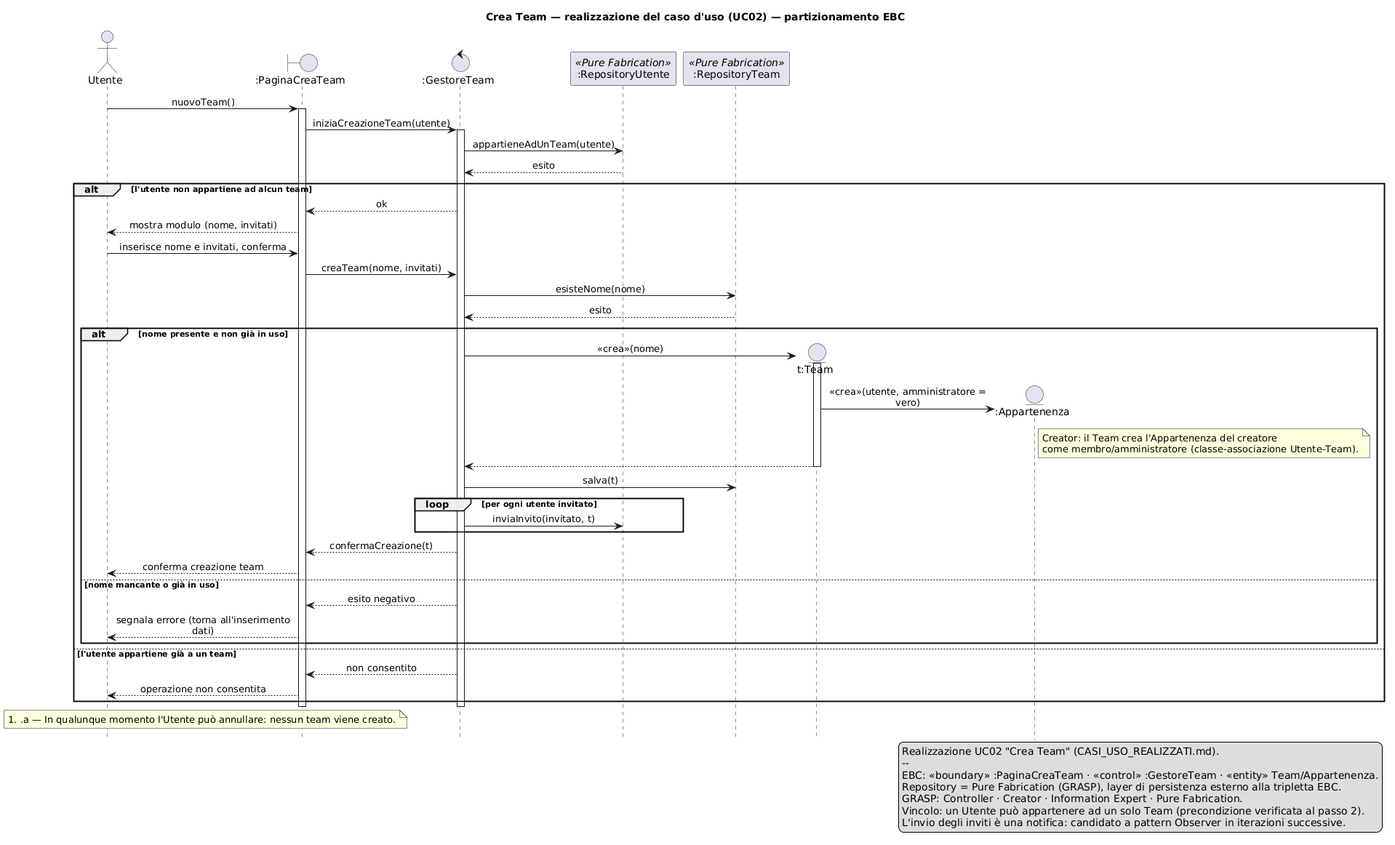
Before: iterazione1/diagrammiSequenza/creaTeam/SEQ_CreaTeam.png, a diagram exported from PlantUML (rizzutomatteo/HackHub-Appoggio). Source of this version:
```plantuml
@startuml SEQ_CreaTeam
hide footbox
skinparam shadowing false
skinparam sequenceMessageAlign center
skinparam maxMessageSize 240

title Crea Team — realizzazione del caso d'uso (UC02) — partizionamento EBC

actor "Utente" as Ut
boundary ":PaginaCreaTeam" as B
control ":GestoreTeam" as GT
participant ":RepositoryUtente" as RU <<Pure Fabrication>>
participant ":RepositoryTeam" as RT <<Pure Fabrication>>

Ut -> B : nuovoTeam()
activate B
B -> GT : iniziaCreazioneTeam(utente)
activate GT
GT -> RU : appartieneAdUnTeam(utente)
RU --> GT : esito

alt l'utente non appartiene ad alcun team
    GT --> B : ok
    B --> Ut : mostra modulo (nome, invitati)
    Ut -> B : inserisce nome e invitati, conferma
    B -> GT : creaTeam(nome, invitati)
    GT -> RT : esisteNome(nome)
    RT --> GT : esito
    alt nome presente e non già in uso
        create entity "t:Team" as T
        GT -> T : «crea»(nome)
        activate T
        create entity ":Appartenenza" as App
        T -> App : «crea»(utente, amministratore = vero)
        note right of App
          Creator: il Team crea l'Appartenenza del creatore
          come membro/amministratore (classe-associazione Utente-Team).
        end note
        T --> GT
        deactivate T
        GT -> RT : salva(t)
        loop per ogni utente invitato
            GT -> RU : inviaInvito(invitato, t)
        end
        GT --> B : confermaCreazione(t)
        B --> Ut : conferma creazione team
    else nome mancante o già in uso
        GT --> B : esito negativo
        B --> Ut : segnala errore (torna all'inserimento dati)
    end
else l'utente appartiene già a un team
    GT --> B : non consentito
    B --> Ut : operazione non consentita
end
deactivate GT
deactivate B

note over Ut, B
  #.a — In qualunque momento l'Utente può annullare: nessun team viene creato.
end note

legend right
  Realizzazione UC02 "Crea Team" (CASI_USO_REALIZZATI.md).
  --
  EBC: «boundary» :PaginaCreaTeam · «control» :GestoreTeam · «entity» Team/Appartenenza.
  Repository = Pure Fabrication (GRASP), layer di persistenza esterno alla tripletta EBC.
  GRASP: Controller · Creator · Information Expert · Pure Fabrication.
  Vincolo: un Utente può appartenere ad un solo Team (precondizione verificata al passo 2).
  L'invio degli inviti è una notifica: candidato a pattern Observer in iterazioni successive.
endlegend
@enduml
```
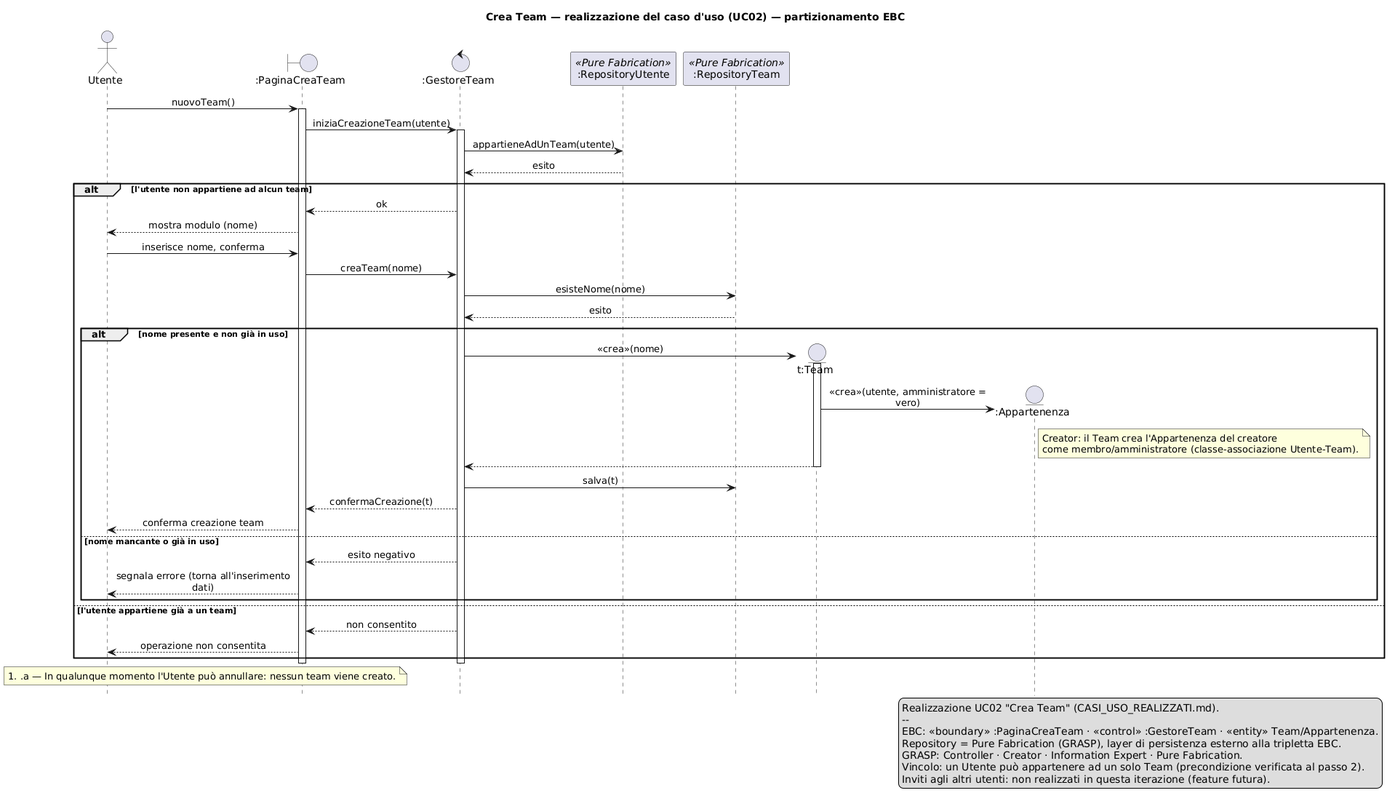
The same file after the commit.

Commit message:
Aggiunge la relazione di realizzazione e rimuove gli inviti da Crea Team

What changed in the source:
```diff
@@ -21,9 +21,9 @@
 
 alt l'utente non appartiene ad alcun team
     GT --> B : ok
-    B --> Ut : mostra modulo (nome, invitati)
-    Ut -> B : inserisce nome e invitati, conferma
-    B -> GT : creaTeam(nome, invitati)
+    B --> Ut : mostra modulo (nome)
+    Ut -> B : inserisce nome, conferma
+    B -> GT : creaTeam(nome)
     GT -> RT : esisteNome(nome)
     RT --> GT : esito
     alt nome presente e non già in uso
@@ -39,9 +39,6 @@
         T --> GT
         deactivate T
         GT -> RT : salva(t)
-        loop per ogni utente invitato
-            GT -> RU : inviaInvito(invitato, t)
-        end
         GT --> B : confermaCreazione(t)
         B --> Ut : conferma creazione team
     else nome mancante o già in uso
@@ -66,6 +63,6 @@
   Repository = Pure Fabrication (GRASP), layer di persistenza esterno alla tripletta EBC.
   GRASP: Controller · Creator · Information Expert · Pure Fabrication.
   Vincolo: un Utente può appartenere ad un solo Team (precondizione verificata al passo 2).
-  L'invio degli inviti è una notifica: candidato a pattern Observer in iterazioni successive.
+  Inviti agli altri utenti: non realizzati in questa iterazione (feature futura).
 endlegend
 @enduml
```
